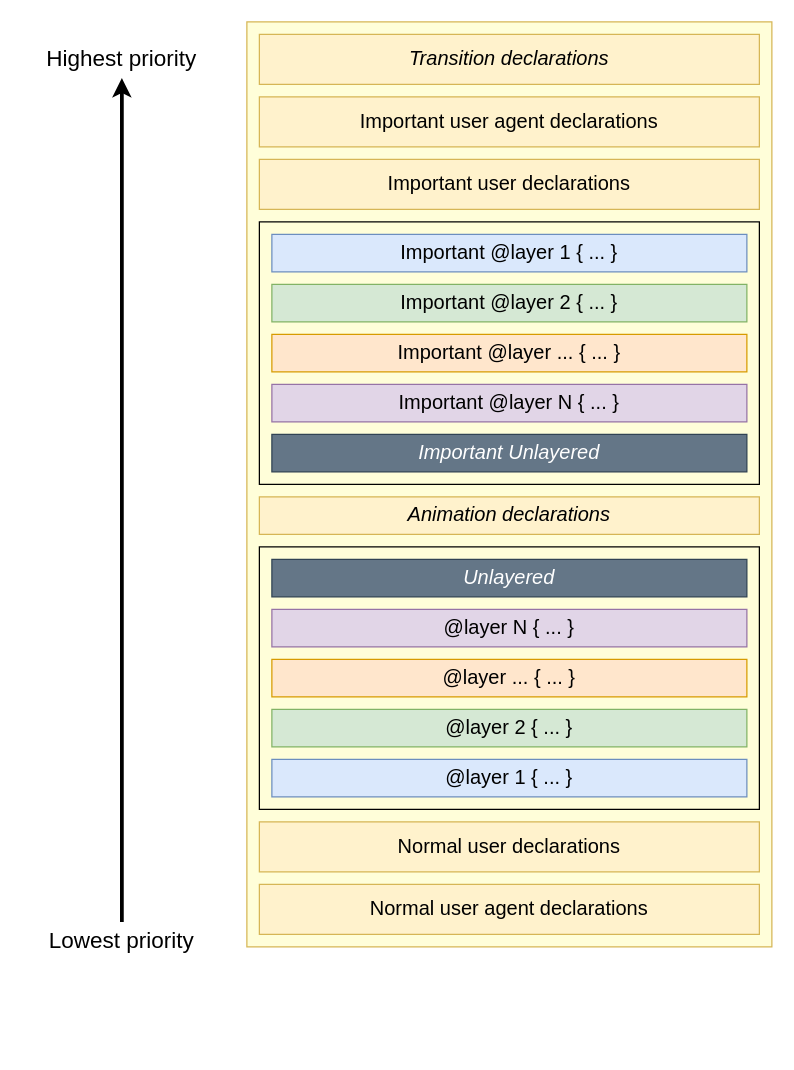
The draw.io diagram images/diagrams/css/at-rules/layer-cascade.drawio in mdn/shared-assets, before the edit. Source tidied: cells renumbered, new cells numbered last; positions are measured from the earlier drawing's top-left corner, leaving out a move shared by most shapes. Both pictures are drawn from the tidied source at 125%, with x=0, y=0 at pixel (21, 21).
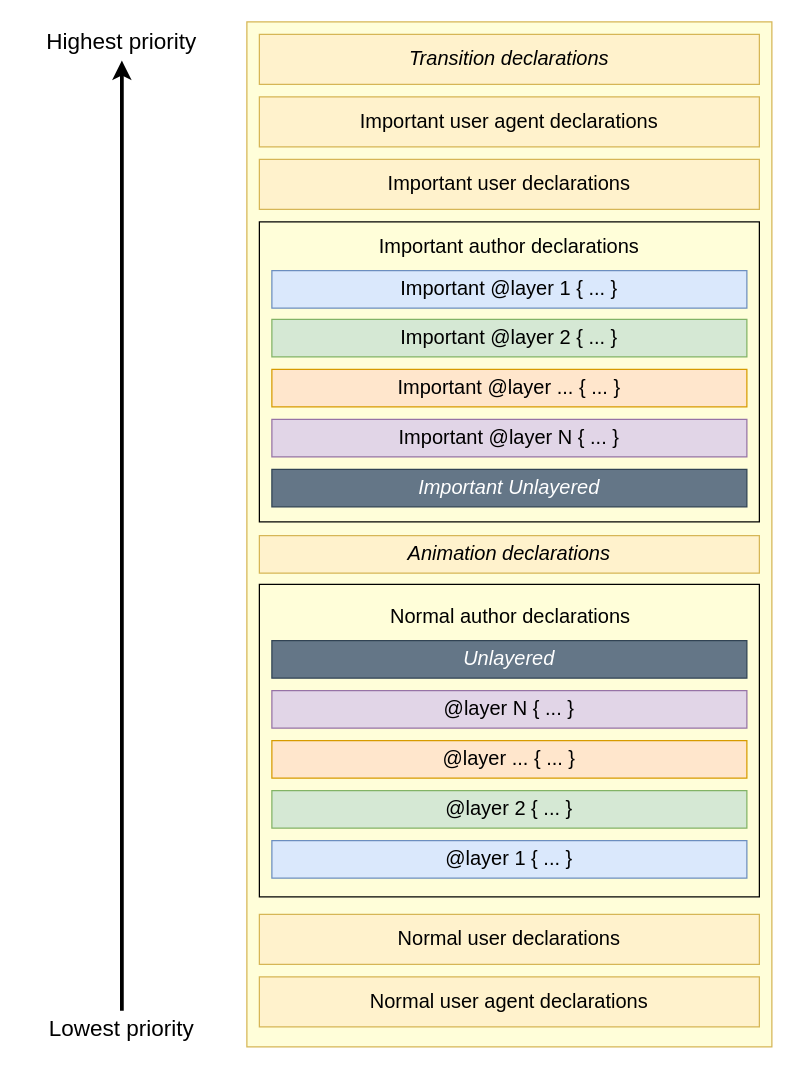
The same diagram, later.

Commit message (it also covers changes not shown here):
fix(css): update layer-cascade diagram (#29)

* fix(css): update layer-cascade diagram

* export with image and font embedding unchecked

* format svg using svgomg

* put 'Normal' back

* commit Estelle's SVG

Diff of the diagram source:
```diff
@@
     <mxCell id="2" style="whiteSpace=wrap;html=1;fillColor=#FFFED9;strokeColor=#d6b656;" parent="1" vertex="1">
-      <mxGeometry x="180" width="420" height="740" as="geometry" />
+      <mxGeometry x="180" width="420" height="820" as="geometry" />
     </mxCell>
     <mxCell id="3" style="whiteSpace=wrap;html=1;fillColor=none;" parent="1" vertex="1">
-      <mxGeometry x="190" y="160" width="400" height="210" as="geometry" />
+      <mxGeometry x="190" y="160" width="400" height="240" as="geometry" />
     </mxCell>
@@
     <mxCell id="5" value="&lt;font style=&quot;font-size: 18px;&quot;&gt;Highest priority&lt;/font&gt;" style="text;html=1;align=center;verticalAlign=middle;whiteSpace=wrap;rounded=0;fontFamily=Helvetica;fontSize=12;fontColor=default;labelBackgroundColor=none;strokeWidth=1;dashed=1;" parent="1" vertex="1">
-      <mxGeometry x="10" y="15" width="140" height="30" as="geometry" />
+      <mxGeometry x="10" y="1" width="140" height="30" as="geometry" />
     </mxCell>
@@
     <mxCell id="7" value="&lt;font style=&quot;font-size: 18px;&quot;&gt;Lowest priority&lt;/font&gt;" style="text;html=1;align=center;verticalAlign=middle;whiteSpace=wrap;rounded=0;fontFamily=Helvetica;fontSize=12;fontColor=default;labelBackgroundColor=none;strokeWidth=1;dashed=1;" parent="1" vertex="1">
-      <mxGeometry y="720" width="160" height="30" as="geometry" />
+      <mxGeometry y="791" width="160" height="30" as="geometry" />
     </mxCell>
@@
     <mxCell id="10" value="&lt;font face=&quot;sans-serif&quot;&gt;Important @layer 1 { ... }&lt;br&gt;&lt;/font&gt;" style="text;html=1;align=center;verticalAlign=middle;whiteSpace=wrap;rounded=1;fontFamily=Monospace;labelBackgroundColor=none;spacing=4;spacingLeft=0;spacingTop=0;fillColor=#dae8fc;strokeColor=#6c8ebf;arcSize=0;fontSize=16;fontStyle=0;shadow=0;shadowOffsetX=2;shadowOffsetY=2;shadowBlur=1;strokeWidth=1;perimeterSpacing=0;" parent="1" vertex="1">
-      <mxGeometry x="200" y="170" width="380" height="30" as="geometry" />
+      <mxGeometry x="200" y="199" width="380" height="30" as="geometry" />
     </mxCell>
     <mxCell id="11" value="&lt;font face=&quot;sans-serif&quot;&gt;Important @layer 2 { ... }&lt;br&gt;&lt;/font&gt;" style="text;html=1;align=center;verticalAlign=middle;whiteSpace=wrap;rounded=1;fontFamily=Monospace;labelBackgroundColor=none;spacing=4;spacingLeft=0;spacingTop=0;fillColor=#d5e8d4;strokeColor=#82b366;arcSize=0;fontSize=16;fontStyle=0;shadow=0;shadowOffsetX=2;shadowOffsetY=2;shadowBlur=1;strokeWidth=1;perimeterSpacing=0;" parent="1" vertex="1">
-      <mxGeometry x="200" y="210" width="380" height="30" as="geometry" />
+      <mxGeometry x="200" y="238" width="380" height="30" as="geometry" />
     </mxCell>
     <mxCell id="12" value="&lt;font face=&quot;sans-serif&quot;&gt;Important @layer ... { ... }&lt;br&gt;&lt;/font&gt;" style="text;html=1;align=center;verticalAlign=middle;whiteSpace=wrap;rounded=1;fontFamily=Monospace;labelBackgroundColor=none;spacing=4;spacingLeft=0;spacingTop=0;fillColor=#ffe6cc;strokeColor=#d79b00;arcSize=0;fontSize=16;fontStyle=0;shadow=0;shadowOffsetX=2;shadowOffsetY=2;shadowBlur=1;strokeWidth=1;perimeterSpacing=0;" parent="1" vertex="1">
-      <mxGeometry x="200" y="250" width="380" height="30" as="geometry" />
+      <mxGeometry x="200" y="278" width="380" height="30" as="geometry" />
     </mxCell>
     <mxCell id="13" value="&lt;font face=&quot;sans-serif&quot;&gt;Important @layer N { ... }&lt;br&gt;&lt;/font&gt;" style="text;html=1;align=center;verticalAlign=middle;whiteSpace=wrap;rounded=1;fontFamily=Monospace;labelBackgroundColor=none;spacing=4;spacingLeft=0;spacingTop=0;fillColor=#e1d5e7;strokeColor=#9673a6;arcSize=0;fontSize=16;fontStyle=0;shadow=0;shadowOffsetX=2;shadowOffsetY=2;shadowBlur=1;strokeWidth=1;perimeterSpacing=0;" parent="1" vertex="1">
-      <mxGeometry x="200" y="290" width="380" height="30" as="geometry" />
+      <mxGeometry x="200" y="318" width="380" height="30" as="geometry" />
     </mxCell>
     <mxCell id="14" value="&lt;i&gt;&lt;font face=&quot;sans-serif&quot;&gt;Important Unlayered&lt;br&gt;&lt;/font&gt;&lt;/i&gt;" style="text;html=1;align=center;verticalAlign=middle;whiteSpace=wrap;rounded=1;fontFamily=Monospace;labelBackgroundColor=none;spacing=4;spacingLeft=0;spacingTop=0;fillColor=#647687;strokeColor=#314354;arcSize=0;fontSize=16;fontStyle=0;shadow=0;shadowOffsetX=2;shadowOffsetY=2;shadowBlur=1;strokeWidth=1;perimeterSpacing=0;fontColor=#ffffff;" parent="1" vertex="1">
-      <mxGeometry x="200" y="330" width="380" height="30" as="geometry" />
+      <mxGeometry x="200" y="358" width="380" height="30" as="geometry" />
     </mxCell>
     <mxCell id="15" value="&lt;i&gt;&lt;font face=&quot;sans-serif&quot;&gt;Animation declarations&lt;br&gt;&lt;/font&gt;&lt;/i&gt;" style="text;html=1;align=center;verticalAlign=middle;whiteSpace=wrap;rounded=1;fontFamily=Monospace;labelBackgroundColor=none;spacing=4;spacingLeft=0;spacingTop=0;fillColor=#fff2cc;strokeColor=#d6b656;arcSize=0;fontSize=16;fontStyle=0;shadow=0;shadowOffsetX=2;shadowOffsetY=2;shadowBlur=1;strokeWidth=1;perimeterSpacing=0;" parent="1" vertex="1">
-      <mxGeometry x="190" y="380" width="400" height="30" as="geometry" />
+      <mxGeometry x="190" y="411" width="400" height="30" as="geometry" />
     </mxCell>
     <mxCell id="16" style="whiteSpace=wrap;html=1;fillColor=none;" parent="1" vertex="1">
-      <mxGeometry x="190" y="420" width="400" height="210" as="geometry" />
+      <mxGeometry x="190" y="450" width="400" height="250" as="geometry" />
     </mxCell>
     <mxCell id="17" value="&lt;font face=&quot;sans-serif&quot;&gt;@layer 1 { ... }&lt;br&gt;&lt;/font&gt;" style="text;html=1;align=center;verticalAlign=middle;whiteSpace=wrap;rounded=1;fontFamily=Monospace;labelBackgroundColor=none;spacing=4;spacingLeft=0;spacingTop=0;fillColor=#dae8fc;strokeColor=#6c8ebf;arcSize=0;fontSize=16;fontStyle=0;shadow=0;shadowOffsetX=2;shadowOffsetY=2;shadowBlur=1;strokeWidth=1;perimeterSpacing=0;" parent="1" vertex="1">
-      <mxGeometry x="200" y="590" width="380" height="30" as="geometry" />
+      <mxGeometry x="200" y="655" width="380" height="30" as="geometry" />
     </mxCell>
     <mxCell id="18" value="&lt;font face=&quot;sans-serif&quot;&gt;@layer 2 { ... }&lt;br&gt;&lt;/font&gt;" style="text;html=1;align=center;verticalAlign=middle;whiteSpace=wrap;rounded=1;fontFamily=Monospace;labelBackgroundColor=none;spacing=4;spacingLeft=0;spacingTop=0;fillColor=#d5e8d4;strokeColor=#82b366;arcSize=0;fontSize=16;fontStyle=0;shadow=0;shadowOffsetX=2;shadowOffsetY=2;shadowBlur=1;strokeWidth=1;perimeterSpacing=0;" parent="1" vertex="1">
-      <mxGeometry x="200" y="550" width="380" height="30" as="geometry" />
+      <mxGeometry x="200" y="615" width="380" height="30" as="geometry" />
     </mxCell>
     <mxCell id="19" value="&lt;font face=&quot;sans-serif&quot;&gt;@layer ... { ... }&lt;br&gt;&lt;/font&gt;" style="text;html=1;align=center;verticalAlign=middle;whiteSpace=wrap;rounded=1;fontFamily=Monospace;labelBackgroundColor=none;spacing=4;spacingLeft=0;spacingTop=0;fillColor=#ffe6cc;strokeColor=#d79b00;arcSize=0;fontSize=16;fontStyle=0;shadow=0;shadowOffsetX=2;shadowOffsetY=2;shadowBlur=1;strokeWidth=1;perimeterSpacing=0;" parent="1" vertex="1">
-      <mxGeometry x="200" y="510" width="380" height="30" as="geometry" />
+      <mxGeometry x="200" y="575" width="380" height="30" as="geometry" />
     </mxCell>
     <mxCell id="20" value="&lt;font face=&quot;sans-serif&quot;&gt;@layer N { ... }&lt;br&gt;&lt;/font&gt;" style="text;html=1;align=center;verticalAlign=middle;whiteSpace=wrap;rounded=1;fontFamily=Monospace;labelBackgroundColor=none;spacing=4;spacingLeft=0;spacingTop=0;fillColor=#e1d5e7;strokeColor=#9673a6;arcSize=0;fontSize=16;fontStyle=0;shadow=0;shadowOffsetX=2;shadowOffsetY=2;shadowBlur=1;strokeWidth=1;perimeterSpacing=0;" parent="1" vertex="1">
-      <mxGeometry x="200" y="470" width="380" height="30" as="geometry" />
+      <mxGeometry x="200" y="535" width="380" height="30" as="geometry" />
     </mxCell>
     <mxCell id="21" value="&lt;i&gt;&lt;font face=&quot;sans-serif&quot;&gt;Unlayered&lt;br&gt;&lt;/font&gt;&lt;/i&gt;" style="text;html=1;align=center;verticalAlign=middle;whiteSpace=wrap;rounded=1;fontFamily=Monospace;labelBackgroundColor=none;spacing=4;spacingLeft=0;spacingTop=0;fillColor=#647687;strokeColor=#314354;arcSize=0;fontSize=16;fontStyle=0;shadow=0;shadowOffsetX=2;shadowOffsetY=2;shadowBlur=1;strokeWidth=1;perimeterSpacing=0;fontColor=#ffffff;" parent="1" vertex="1">
-      <mxGeometry x="200" y="430" width="380" height="30" as="geometry" />
+      <mxGeometry x="200" y="495" width="380" height="30" as="geometry" />
     </mxCell>
-    <mxCell id="22" value="&lt;font face=&quot;sans-serif&quot;&gt;Normal user declarations&lt;br&gt;&lt;/font&gt;" style="text;html=1;align=center;verticalAlign=middle;whiteSpace=wrap;rounded=1;fontFamily=Monospace;labelBackgroundColor=none;spacing=4;spacingLeft=0;spacingTop=0;fillColor=#fff2cc;strokeColor=#d6b656;arcSize=0;fontSize=16;fontStyle=0;shadow=0;shadowOffsetX=2;shadowOffsetY=2;shadowBlur=1;strokeWidth=1;perimeterSpacing=0;" parent="1" vertex="1">
-      <mxGeometry x="190" y="640" width="400" height="40" as="geometry" />
+    <mxCell id="22" value="&lt;font face=&quot;sans-serif&quot;&gt;Normal u&lt;/font&gt;&lt;span style=&quot;font-family: sans-serif; background-color: initial;&quot;&gt;ser declarations&lt;/span&gt;" style="text;html=1;align=center;verticalAlign=middle;whiteSpace=wrap;rounded=1;fontFamily=Monospace;labelBackgroundColor=none;spacing=4;spacingLeft=0;spacingTop=0;fillColor=#fff2cc;strokeColor=#d6b656;arcSize=0;fontSize=16;fontStyle=0;shadow=0;shadowOffsetX=2;shadowOffsetY=2;shadowBlur=1;strokeWidth=1;perimeterSpacing=0;" parent="1" vertex="1">
+      <mxGeometry x="190" y="714" width="400" height="40" as="geometry" />
     </mxCell>
     <mxCell id="23" value="&lt;font face=&quot;sans-serif&quot;&gt;Normal user agent declarations&lt;/font&gt;" style="text;html=1;align=center;verticalAlign=middle;whiteSpace=wrap;rounded=1;fontFamily=Monospace;labelBackgroundColor=none;spacing=4;spacingLeft=0;spacingTop=0;fillColor=#fff2cc;strokeColor=#d6b656;arcSize=0;fontSize=16;fontStyle=0;shadow=0;shadowOffsetX=2;shadowOffsetY=2;shadowBlur=1;strokeWidth=1;perimeterSpacing=0;" parent="1" vertex="1">
-      <mxGeometry x="190" y="690" width="400" height="40" as="geometry" />
+      <mxGeometry x="190" y="764" width="400" height="40" as="geometry" />
     </mxCell>
+    <mxCell id="24" value="&lt;font face=&quot;sans-serif&quot;&gt;Important author declarations&lt;/font&gt;" style="text;html=1;align=center;verticalAlign=middle;whiteSpace=wrap;rounded=1;fontFamily=Monospace;labelBackgroundColor=none;spacing=4;spacingLeft=0;spacingTop=0;arcSize=0;fontSize=16;fontStyle=0;shadow=0;shadowOffsetX=2;shadowOffsetY=2;shadowBlur=1;strokeWidth=1;perimeterSpacing=0;" parent="1" vertex="1">
+      <mxGeometry x="200" y="160" width="380" height="40" as="geometry" />
+    </mxCell>
+    <mxCell id="25" value="&lt;font face=&quot;sans-serif&quot;&gt;Normal author declarations&lt;/font&gt;" style="text;html=1;align=center;verticalAlign=middle;whiteSpace=wrap;rounded=1;fontFamily=Monospace;labelBackgroundColor=none;spacing=4;spacingLeft=0;spacingTop=0;arcSize=0;fontSize=16;fontStyle=0;shadow=0;shadowOffsetX=2;shadowOffsetY=2;shadowBlur=1;strokeWidth=1;perimeterSpacing=0;" parent="1" vertex="1">
+      <mxGeometry x="201" y="456" width="380" height="40" as="geometry" />
+    </mxCell>
```
